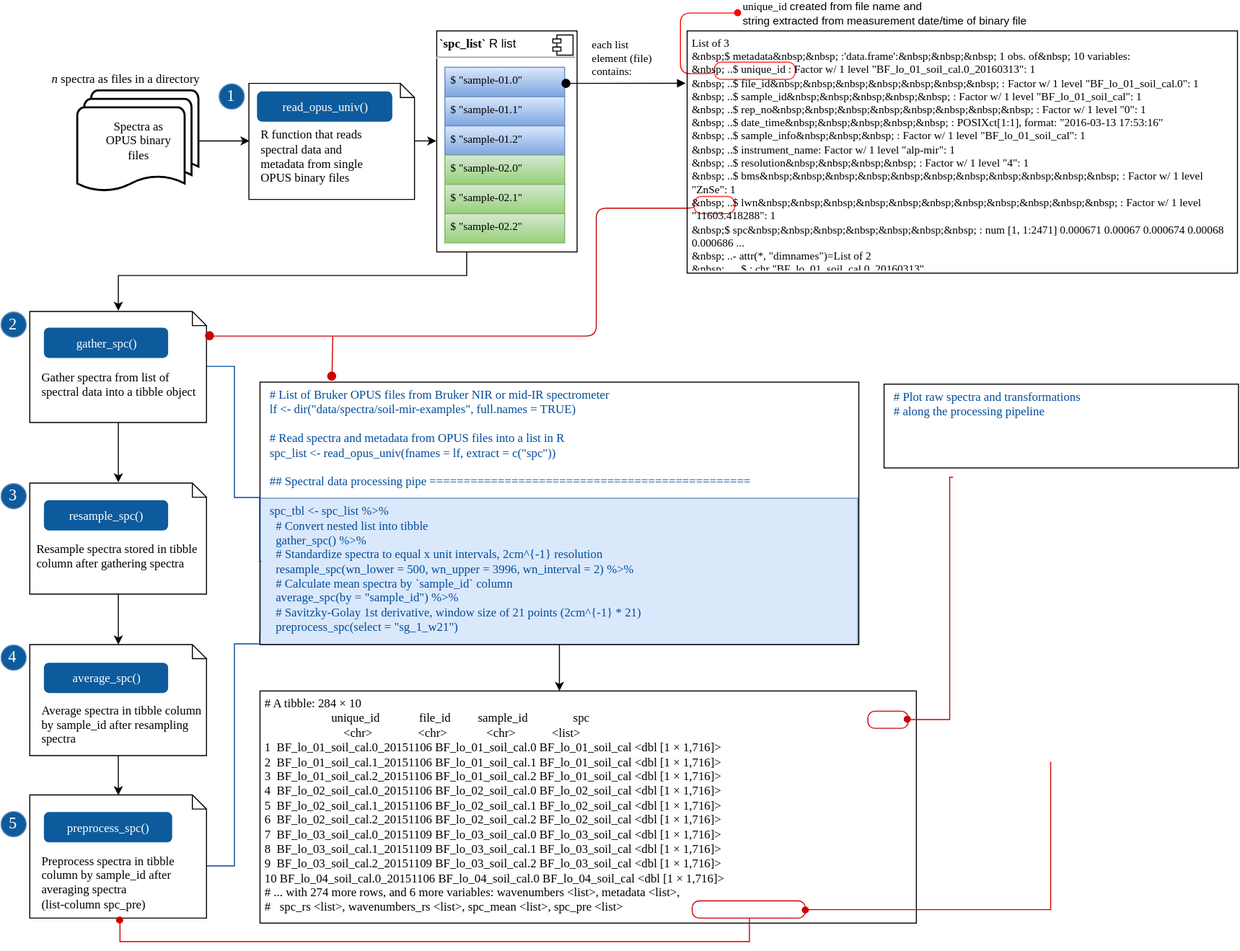
This is simplerspec-read-proc-tibble.svg from philipp-baumann/spectro-platform-graphs, a draw.io export, as it was before one commit. Source tidied: cells renumbered, new cells last; positions are measured from the earlier drawing's top-left corner, leaving out a move shared by most shapes.
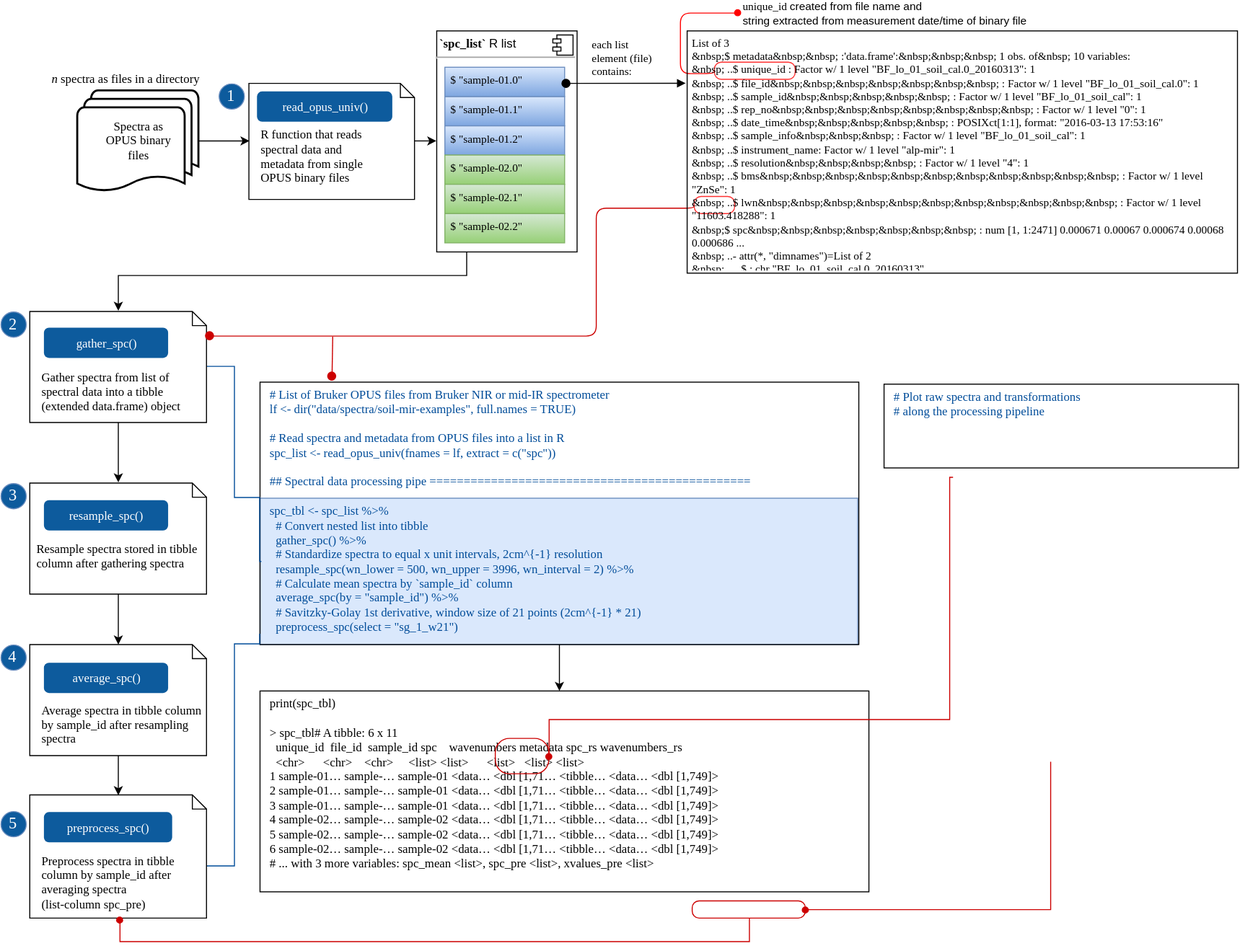
The same diagram one commit later.

Commit message:
Add spectral tibble print output

What changed in the source:
```diff
@@ -95,7 +95,7 @@
     <mxCell id="25" style="edgeStyle=orthogonalEdgeStyle;rounded=0;html=1;exitX=0.5;exitY=1;entryX=0.5;entryY=0;jettySize=auto;fontFamily=Fira Code;" parent="1" edge="1" source="26" target="30">
       <mxGeometry relative="1" as="geometry" />
     </mxCell>
-    <mxCell id="26" value="&lt;br&gt;&lt;br&gt;&lt;br&gt;&lt;br&gt;Gather spectra from list of spectral data into a tibble object&lt;br&gt;" style="shape=note;whiteSpace=wrap;html=1;size=14;verticalAlign=top;align=left;spacingTop=-6;perimeterSpacing=0;spacingLeft=10;fontFamily=Fira Sans;" parent="1" vertex="1">
+    <mxCell id="26" value="&lt;br&gt;&lt;br&gt;&lt;br&gt;&lt;br&gt;Gather spectra from list of spectral data into a tibble (extended data.frame) object" style="shape=note;whiteSpace=wrap;html=1;size=14;verticalAlign=top;align=left;spacingTop=-6;perimeterSpacing=0;spacingLeft=10;fontFamily=Fira Sans;" parent="1" vertex="1">
       <mxGeometry x="29" y="305" width="175" height="110" as="geometry" />
     </mxCell>
     <mxCell id="27" value="gather_spc()" style="html=1;shadow=0;dashed=0;shape=mxgraph.bootstrap.rrect;align=center;rSize=5;strokeColor=none;fillColor=#0D5B9D;fontColor=#ffffff;fontStyle=0;whiteSpace=wrap;fontFamily=Fira Code;" parent="1" vertex="1">
@@ -155,8 +155,8 @@
         </Array>
       </mxGeometry>
     </mxCell>
-    <mxCell id="40" value="# A tibble: 284 × 10&#10;                      unique_id             file_id         sample_id               spc&#10;                          &lt;chr&gt;               &lt;chr&gt;             &lt;chr&gt;            &lt;list&gt;&#10;1  BF_lo_01_soil_cal.0_20151106 BF_lo_01_soil_cal.0 BF_lo_01_soil_cal &lt;dbl [1 × 1,716]&gt;&#10;2  BF_lo_01_soil_cal.1_20151106 BF_lo_01_soil_cal.1 BF_lo_01_soil_cal &lt;dbl [1 × 1,716]&gt;&#10;3  BF_lo_01_soil_cal.2_20151106 BF_lo_01_soil_cal.2 BF_lo_01_soil_cal &lt;dbl [1 × 1,716]&gt;&#10;4  BF_lo_02_soil_cal.0_20151106 BF_lo_02_soil_cal.0 BF_lo_02_soil_cal &lt;dbl [1 × 1,716]&gt;&#10;5  BF_lo_02_soil_cal.1_20151106 BF_lo_02_soil_cal.1 BF_lo_02_soil_cal &lt;dbl [1 × 1,716]&gt;&#10;6  BF_lo_02_soil_cal.2_20151106 BF_lo_02_soil_cal.2 BF_lo_02_soil_cal &lt;dbl [1 × 1,716]&gt;&#10;7  BF_lo_03_soil_cal.0_20151109 BF_lo_03_soil_cal.0 BF_lo_03_soil_cal &lt;dbl [1 × 1,716]&gt;&#10;8  BF_lo_03_soil_cal.1_20151109 BF_lo_03_soil_cal.1 BF_lo_03_soil_cal &lt;dbl [1 × 1,716]&gt;&#10;9  BF_lo_03_soil_cal.2_20151109 BF_lo_03_soil_cal.2 BF_lo_03_soil_cal &lt;dbl [1 × 1,716]&gt;&#10;10 BF_lo_04_soil_cal.0_20151106 BF_lo_04_soil_cal.0 BF_lo_04_soil_cal &lt;dbl [1 × 1,716]&gt;&#10;# ... with 274 more rows, and 6 more variables: wavenumbers &lt;list&gt;, metadata &lt;list&gt;,&#10;#   spc_rs &lt;list&gt;, wavenumbers_rs &lt;list&gt;, spc_mean &lt;list&gt;, spc_pre &lt;list&gt;" style="text;spacing=5;spacingTop=-4;whiteSpace=wrap;overflow=hidden;strokeColor=#000000;align=left;fontFamily=Monaco;fontSize=12;" parent="1" vertex="1">
-      <mxGeometry x="257" y="681" width="650" height="230" as="geometry" />
+    <mxCell id="40" value="print(spc_tbl)&#10;&#10;&gt; spc_tbl# A tibble: 6 x 11&#10;  unique_id  file_id  sample_id spc    wavenumbers metadata spc_rs wavenumbers_rs&#10;  &lt;chr&gt;      &lt;chr&gt;    &lt;chr&gt;     &lt;list&gt; &lt;list&gt;      &lt;list&gt;   &lt;list&gt; &lt;list&gt;        &#10;1 sample-01… sample-… sample-01 &lt;data… &lt;dbl [1,71… &lt;tibble… &lt;data… &lt;dbl [1,749]&gt; &#10;2 sample-01… sample-… sample-01 &lt;data… &lt;dbl [1,71… &lt;tibble… &lt;data… &lt;dbl [1,749]&gt; &#10;3 sample-01… sample-… sample-01 &lt;data… &lt;dbl [1,71… &lt;tibble… &lt;data… &lt;dbl [1,749]&gt; &#10;4 sample-02… sample-… sample-02 &lt;data… &lt;dbl [1,71… &lt;tibble… &lt;data… &lt;dbl [1,749]&gt; &#10;5 sample-02… sample-… sample-02 &lt;data… &lt;dbl [1,71… &lt;tibble… &lt;data… &lt;dbl [1,749]&gt; &#10;6 sample-02… sample-… sample-02 &lt;data… &lt;dbl [1,71… &lt;tibble… &lt;data… &lt;dbl [1,749]&gt; &#10;# ... with 3 more variables: spc_mean &lt;list&gt;, spc_pre &lt;list&gt;, xvalues_pre &lt;list&gt;" style="text;spacing=5;spacingTop=-4;whiteSpace=wrap;overflow=hidden;strokeColor=#000000;align=left;fontFamily=Fira Code;fontSize=12;spacingLeft=5;" parent="1" vertex="1">
+      <mxGeometry x="257" y="681" width="603" height="199" as="geometry" />
     </mxCell>
     <mxCell id="41" style="rounded=1;whiteSpace=wrap;html=1;arcSize=40;fillColor=none;strokeColor=#FF3333;labelBackgroundColor=#ffffff;fontFamily=Courier New;fontSize=11;align=left;" parent="1" vertex="1">
       <mxGeometry x="707" y="58" width="80" height="17" as="geometry" />
@@ -182,7 +182,7 @@
       <mxGeometry x="685" y="889" width="112" height="17" as="geometry" />
     </mxCell>
     <mxCell id="46" style="rounded=1;whiteSpace=wrap;html=1;arcSize=40;fillColor=none;strokeColor=#CC0000;labelBackgroundColor=#ffffff;fontFamily=Courier New;fontSize=11;align=left;" parent="1" vertex="1">
-      <mxGeometry x="859" y="701" width="40" height="17" as="geometry" />
+      <mxGeometry x="490" y="728" width="53" height="35" as="geometry" />
     </mxCell>
     <mxCell id="47" style="edgeStyle=orthogonalEdgeStyle;rounded=0;html=1;exitX=1;exitY=0.5;startArrow=oval;startFill=1;endArrow=none;endFill=0;jettySize=auto;strokeColor=#CC0000;fontFamily=monaco;fontSize=11;fontColor=#004C99;entryX=0.195;entryY=1.112;entryPerimeter=0;" parent="1" edge="1" source="46" target="54">
       <mxGeometry relative="1" as="geometry">
```
